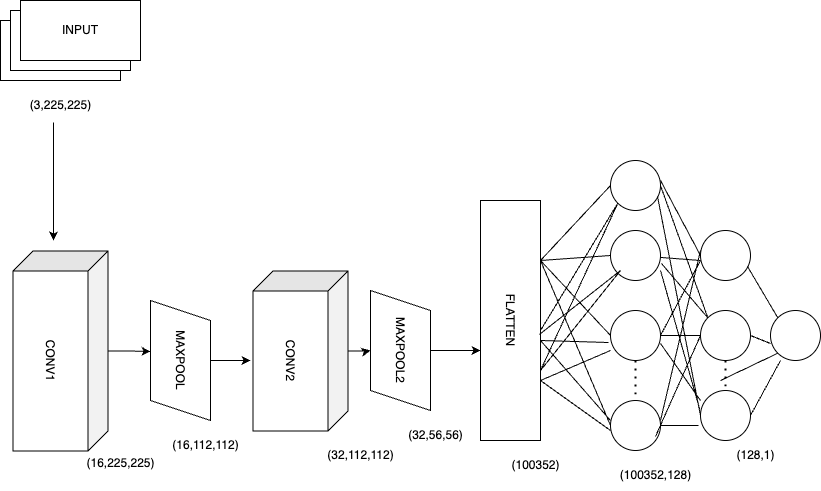
Earlier version of the draw.io export NN_ARCHITECTURE.png (shoukath-ali/satellite_image_classification). Source tidied: cells renumbered, new cells last; positions are measured from the earlier drawing's top-left corner, leaving out a move shared by most shapes. The source it was exported from:
```xml
<mxGraphModel>
  <root>
    <mxCell id="0" />
    <mxCell id="1" parent="0" />
    <mxCell id="2" style="edgeStyle=orthogonalEdgeStyle;rounded=0;jettySize=auto;html=1;" parent="1" edge="1" source="3">
      <mxGeometry relative="1" as="geometry">
        <mxPoint x="290" y="360" as="targetPoint" />
      </mxGeometry>
    </mxCell>
    <mxCell id="3" value="MAXPOOL" style="shape=parallelogram;perimeter=parallelogramPerimeter;whiteSpace=wrap;html=1;fixedSize=1;rotation=90;" parent="1" vertex="1">
      <mxGeometry x="160" y="330" width="120" height="60" as="geometry" />
    </mxCell>
    <mxCell id="4" value="MAXPOOL2" style="shape=parallelogram;perimeter=parallelogramPerimeter;whiteSpace=wrap;html=1;fixedSize=1;rotation=90;" parent="1" vertex="1">
      <mxGeometry x="380" y="320" width="120" height="60" as="geometry" />
    </mxCell>
    <mxCell id="5" style="ellipse;whiteSpace=wrap;html=1;" parent="1" vertex="1">
      <mxGeometry x="650" y="230" width="50" height="50" as="geometry" />
    </mxCell>
    <mxCell id="6" style="ellipse;whiteSpace=wrap;html=1;" parent="1" vertex="1">
      <mxGeometry x="650" y="310" width="50" height="50" as="geometry" />
    </mxCell>
    <mxCell id="7" style="ellipse;whiteSpace=wrap;html=1;" parent="1" vertex="1">
      <mxGeometry x="650" y="400" width="50" height="50" as="geometry" />
    </mxCell>
    <mxCell id="8" style="endArrow=none;dashed=1;html=1;dashPattern=1 3;strokeWidth=2;rounded=0;entryX=0.5;entryY=0;entryDx=0;entryDy=0;" parent="1" edge="1" source="6" target="7">
      <mxGeometry relative="1" as="geometry" />
    </mxCell>
    <mxCell id="9" value="CONV1" style="shape=cube;whiteSpace=wrap;html=1;boundedLbl=1;backgroundOutline=1;darkOpacity=0.05;darkOpacity2=0.1;rotation=90;" parent="1" vertex="1">
      <mxGeometry y="303" width="200" height="95" as="geometry" />
    </mxCell>
    <mxCell id="10" style="edgeStyle=orthogonalEdgeStyle;rounded=0;jettySize=auto;html=1;entryX=0.5;entryY=1;entryDx=0;entryDy=0;" parent="1" edge="1" source="11" target="4">
      <mxGeometry relative="1" as="geometry" />
    </mxCell>
    <mxCell id="11" value="CONV2" style="shape=cube;whiteSpace=wrap;html=1;boundedLbl=1;backgroundOutline=1;darkOpacity=0.05;darkOpacity2=0.1;rotation=90;" parent="1" vertex="1">
      <mxGeometry x="260" y="303" width="160" height="95" as="geometry" />
    </mxCell>
    <mxCell id="12" value="FLATTEN" style="rounded=0;whiteSpace=wrap;html=1;rotation=90;" parent="1" vertex="1">
      <mxGeometry x="430" y="290" width="240" height="60" as="geometry" />
    </mxCell>
    <mxCell id="13" style="ellipse;whiteSpace=wrap;html=1;" parent="1" vertex="1">
      <mxGeometry x="650" y="160" width="50" height="50" as="geometry" />
    </mxCell>
    <mxCell id="14" style="ellipse;whiteSpace=wrap;html=1;" parent="1" vertex="1">
      <mxGeometry x="740" y="230" width="50" height="50" as="geometry" />
    </mxCell>
    <mxCell id="15" style="ellipse;whiteSpace=wrap;html=1;" parent="1" vertex="1">
      <mxGeometry x="740" y="310" width="50" height="50" as="geometry" />
    </mxCell>
    <mxCell id="16" style="ellipse;whiteSpace=wrap;html=1;" parent="1" vertex="1">
      <mxGeometry x="740" y="390" width="50" height="50" as="geometry" />
    </mxCell>
    <mxCell id="17" style="ellipse;whiteSpace=wrap;html=1;" parent="1" vertex="1">
      <mxGeometry x="810" y="310" width="50" height="50" as="geometry" />
    </mxCell>
    <mxCell id="18" style="endArrow=none;html=1;rounded=0;exitX=0.25;exitY=0;exitDx=0;exitDy=0;entryX=0;entryY=0.5;entryDx=0;entryDy=0;" parent="1" edge="1" source="12" target="13">
      <mxGeometry relative="1" as="geometry" />
    </mxCell>
    <mxCell id="19" style="endArrow=none;html=1;rounded=0;entryX=0;entryY=0.5;entryDx=0;entryDy=0;" parent="1" edge="1" target="5">
      <mxGeometry relative="1" as="geometry">
        <mxPoint x="580" y="260" as="sourcePoint" />
      </mxGeometry>
    </mxCell>
    <mxCell id="20" style="endArrow=none;html=1;rounded=0;exitX=0.25;exitY=0;exitDx=0;exitDy=0;entryX=0;entryY=0.5;entryDx=0;entryDy=0;" parent="1" edge="1" source="12" target="6">
      <mxGeometry relative="1" as="geometry" />
    </mxCell>
    <mxCell id="21" style="endArrow=none;html=1;rounded=0;entryX=0;entryY=0.5;entryDx=0;entryDy=0;" parent="1" edge="1" target="7">
      <mxGeometry relative="1" as="geometry">
        <mxPoint x="580" y="260" as="sourcePoint" />
      </mxGeometry>
    </mxCell>
    <mxCell id="22" style="endArrow=none;html=1;rounded=0;entryX=0;entryY=1;entryDx=0;entryDy=0;" parent="1" edge="1" target="13">
      <mxGeometry relative="1" as="geometry">
        <mxPoint x="580" y="330" as="sourcePoint" />
      </mxGeometry>
    </mxCell>
    <mxCell id="23" style="endArrow=none;html=1;rounded=0;exitX=0.558;exitY=0.017;exitDx=0;exitDy=0;exitPerimeter=0;" parent="1" edge="1" source="12">
      <mxGeometry relative="1" as="geometry">
        <mxPoint x="660" y="270" as="targetPoint" />
      </mxGeometry>
    </mxCell>
    <mxCell id="24" style="endArrow=none;html=1;rounded=0;entryX=-0.04;entryY=0.64;entryDx=0;entryDy=0;entryPerimeter=0;" parent="1" edge="1" target="6">
      <mxGeometry relative="1" as="geometry">
        <mxPoint x="580" y="340" as="sourcePoint" />
      </mxGeometry>
    </mxCell>
    <mxCell id="25" style="endArrow=none;html=1;rounded=0;" parent="1" edge="1">
      <mxGeometry relative="1" as="geometry">
        <mxPoint x="580" y="340" as="sourcePoint" />
        <mxPoint x="650" y="420" as="targetPoint" />
      </mxGeometry>
    </mxCell>
    <mxCell id="26" style="endArrow=none;html=1;rounded=0;entryX=0;entryY=1;entryDx=0;entryDy=0;" parent="1" edge="1" target="13">
      <mxGeometry relative="1" as="geometry">
        <mxPoint x="580" y="370" as="sourcePoint" />
      </mxGeometry>
    </mxCell>
    <mxCell id="27" style="endArrow=none;html=1;rounded=0;" parent="1" edge="1">
      <mxGeometry relative="1" as="geometry">
        <mxPoint x="580" y="370" as="sourcePoint" />
        <mxPoint x="660" y="270" as="targetPoint" />
      </mxGeometry>
    </mxCell>
    <mxCell id="28" style="endArrow=none;html=1;rounded=0;" parent="1" edge="1">
      <mxGeometry relative="1" as="geometry">
        <mxPoint x="580" y="380" as="sourcePoint" />
        <mxPoint x="650" y="350" as="targetPoint" />
      </mxGeometry>
    </mxCell>
    <mxCell id="29" style="endArrow=none;html=1;rounded=0;" parent="1" edge="1">
      <mxGeometry relative="1" as="geometry">
        <mxPoint x="580" y="380" as="sourcePoint" />
        <mxPoint x="650" y="430" as="targetPoint" />
      </mxGeometry>
    </mxCell>
    <mxCell id="30" style="endArrow=none;dashed=1;html=1;dashPattern=1 3;strokeWidth=2;rounded=0;exitX=0.5;exitY=1;exitDx=0;exitDy=0;" parent="1" edge="1" source="15" target="16">
      <mxGeometry relative="1" as="geometry" />
    </mxCell>
    <mxCell id="31" style="endArrow=none;html=1;rounded=0;entryX=0;entryY=0.5;entryDx=0;entryDy=0;" parent="1" edge="1" target="14">
      <mxGeometry relative="1" as="geometry">
        <mxPoint x="700" y="180" as="sourcePoint" />
      </mxGeometry>
    </mxCell>
    <mxCell id="32" style="endArrow=none;html=1;rounded=0;entryX=0;entryY=0;entryDx=0;entryDy=0;exitX=1;exitY=0.5;exitDx=0;exitDy=0;" parent="1" edge="1" source="13" target="15">
      <mxGeometry relative="1" as="geometry" />
    </mxCell>
    <mxCell id="33" style="endArrow=none;html=1;rounded=0;entryX=0;entryY=0.5;entryDx=0;entryDy=0;exitX=0.94;exitY=0.72;exitDx=0;exitDy=0;exitPerimeter=0;" parent="1" edge="1" source="13" target="16">
      <mxGeometry relative="1" as="geometry" />
    </mxCell>
    <mxCell id="34" style="endArrow=none;html=1;rounded=0;exitX=1.02;exitY=0.66;exitDx=0;exitDy=0;entryX=0;entryY=0;entryDx=0;entryDy=0;exitPerimeter=0;" parent="1" edge="1" source="5" target="15">
      <mxGeometry relative="1" as="geometry" />
    </mxCell>
    <mxCell id="35" style="endArrow=none;html=1;rounded=0;exitX=1;exitY=0.66;exitDx=0;exitDy=0;exitPerimeter=0;" parent="1" edge="1" source="6">
      <mxGeometry relative="1" as="geometry">
        <mxPoint x="740" y="400" as="targetPoint" />
      </mxGeometry>
    </mxCell>
    <mxCell id="36" style="endArrow=none;html=1;rounded=0;entryX=-0.04;entryY=0.7;entryDx=0;entryDy=0;exitX=1;exitY=0.5;exitDx=0;exitDy=0;entryPerimeter=0;" parent="1" edge="1" source="7" target="16">
      <mxGeometry relative="1" as="geometry" />
    </mxCell>
    <mxCell id="37" style="endArrow=none;html=1;rounded=0;entryX=0;entryY=0.5;entryDx=0;entryDy=0;exitX=0.9;exitY=0.72;exitDx=0;exitDy=0;exitPerimeter=0;" parent="1" edge="1" source="7" target="15">
      <mxGeometry relative="1" as="geometry" />
    </mxCell>
    <mxCell id="38" style="endArrow=none;html=1;rounded=0;entryX=0;entryY=0.5;entryDx=0;entryDy=0;exitX=1;exitY=0.5;exitDx=0;exitDy=0;" parent="1" edge="1" source="6" target="15">
      <mxGeometry relative="1" as="geometry" />
    </mxCell>
    <mxCell id="39" style="endArrow=none;html=1;rounded=0;" parent="1" edge="1">
      <mxGeometry relative="1" as="geometry">
        <mxPoint x="700" y="420" as="sourcePoint" />
        <mxPoint x="740" y="250" as="targetPoint" />
      </mxGeometry>
    </mxCell>
    <mxCell id="40" style="endArrow=none;html=1;rounded=0;exitX=1;exitY=0.5;exitDx=0;exitDy=0;" parent="1" edge="1" source="6">
      <mxGeometry relative="1" as="geometry">
        <mxPoint x="740" y="260" as="targetPoint" />
      </mxGeometry>
    </mxCell>
    <mxCell id="41" style="endArrow=none;html=1;rounded=0;entryX=-0.02;entryY=0.36;entryDx=0;entryDy=0;entryPerimeter=0;" parent="1" edge="1" target="16">
      <mxGeometry relative="1" as="geometry">
        <mxPoint x="700" y="270" as="sourcePoint" />
      </mxGeometry>
    </mxCell>
    <mxCell id="42" style="endArrow=none;html=1;rounded=0;" parent="1" edge="1" source="5">
      <mxGeometry relative="1" as="geometry">
        <mxPoint x="740" y="260" as="targetPoint" />
      </mxGeometry>
    </mxCell>
    <mxCell id="43" style="endArrow=none;html=1;rounded=0;entryX=0.2;entryY=1;entryDx=0;entryDy=0;exitX=1;exitY=0.5;exitDx=0;exitDy=0;entryPerimeter=0;" parent="1" edge="1" source="16" target="17">
      <mxGeometry relative="1" as="geometry" />
    </mxCell>
    <mxCell id="44" style="endArrow=none;html=1;rounded=0;entryX=0;entryY=0.66;entryDx=0;entryDy=0;exitX=1;exitY=0.5;exitDx=0;exitDy=0;entryPerimeter=0;" parent="1" edge="1" source="15" target="17">
      <mxGeometry relative="1" as="geometry" />
    </mxCell>
    <mxCell id="45" style="endArrow=none;html=1;rounded=0;entryX=0;entryY=0;entryDx=0;entryDy=0;exitX=0.94;exitY=0.72;exitDx=0;exitDy=0;exitPerimeter=0;" parent="1" edge="1" source="14" target="17">
      <mxGeometry relative="1" as="geometry" />
    </mxCell>
    <mxCell id="46" style="endArrow=none;html=1;rounded=0;entryX=0;entryY=1;entryDx=0;entryDy=0;" parent="1" edge="1" target="17">
      <mxGeometry relative="1" as="geometry">
        <mxPoint x="760" y="380" as="sourcePoint" />
      </mxGeometry>
    </mxCell>
    <mxCell id="47" value="(16,225,225)&lt;span style=&quot;color: rgba(0, 0, 0, 0); font-family: monospace; font-size: 0px; text-align: start;&quot;&gt;%3CmxGraphModel%3E%3Croot%3E%3CmxCell%20id%3D%220%22%2F%3E%3CmxCell%20id%3D%221%22%20parent%3D%220%22%2F%3E%3CmxCell%20id%3D%222%22%20value%3D%22%22%20style%3D%22endArrow%3Dnone%3Bhtml%3D1%3Brounded%3D0%3BentryX%3D0%3BentryY%3D0.66%3BentryDx%3D0%3BentryDy%3D0%3BexitX%3D1%3BexitY%3D0.5%3BexitDx%3D0%3BexitDy%3D0%3BentryPerimeter%3D0%3B%22%20edge%3D%221%22%20parent%3D%221%22%3E%3CmxGeometry%20width%3D%2250%22%20height%3D%2250%22%20relative%3D%221%22%20as%3D%22geometry%22%3E%3CmxPoint%20x%3D%22770%22%20y%3D%22535%22%20as%3D%22sourcePoint%22%2F%3E%3CmxPoint%20x%3D%22790%22%20y%3D%22543%22%20as%3D%22targetPoint%22%2F%3E%3C%2FmxGeometry%3E%3C%2FmxCell%3E%3C%2Froot%3E%3C%2FmxGraphModel%3E&lt;/span&gt;" style="text;html=1;align=center;verticalAlign=middle;strokeColor=none;fillColor=none;" parent="1" vertex="1">
      <mxGeometry x="115" y="448" width="90" height="30" as="geometry" />
    </mxCell>
    <mxCell id="48" value="(16,112,112)&lt;span style=&quot;color: rgba(0, 0, 0, 0); font-family: monospace; font-size: 0px; text-align: start;&quot;&gt;%3CmxGraphModel%3E%3Croot%3E%3CmxCell%20id%3D%220%22%2F%3E%3CmxCell%20id%3D%221%22%20parent%3D%220%22%2F%3E%3CmxCell%20id%3D%222%22%20value%3D%22%22%20style%3D%22endArrow%3Dnone%3Bhtml%3D1%3Brounded%3D0%3BentryX%3D0%3BentryY%3D0.66%3BentryDx%3D0%3BentryDy%3D0%3BexitX%3D1%3BexitY%3D0.5%3BexitDx%3D0%3BexitDy%3D0%3BentryPerimeter%3D0%3B%22%20edge%3D%221%22%20parent%3D%221%22%3E%3CmxGeometry%20width%3D%2250%22%20height%3D%2250%22%20relative%3D%221%22%20as%3D%22geometry%22%3E%3CmxPoint%20x%3D%22770%22%20y%3D%22535%22%20as%3D%22sourcePoint%22%2F%3E%3CmxPoint%20x%3D%22790%22%20y%3D%22543%22%20as%3D%22targetPoint%22%2F%3E%3C%2FmxGeometry%3E%3C%2FmxCell%3E%3C%2Froot%3E%3C%2FmxGraphModel%3E&lt;/span&gt;" style="text;html=1;align=center;verticalAlign=middle;strokeColor=none;fillColor=none;" parent="1" vertex="1">
      <mxGeometry x="200" y="430" width="90" height="30" as="geometry" />
    </mxCell>
    <mxCell id="49" value="(32,112,112)" style="text;html=1;align=center;verticalAlign=middle;strokeColor=none;fillColor=none;" parent="1" vertex="1">
      <mxGeometry x="355" y="440" width="90" height="30" as="geometry" />
    </mxCell>
    <mxCell id="50" value="(32,56,56)" style="text;html=1;align=center;verticalAlign=middle;strokeColor=none;fillColor=none;" parent="1" vertex="1">
      <mxGeometry x="435" y="420" width="80" height="30" as="geometry" />
    </mxCell>
    <mxCell id="51" value="(100352)&lt;span style=&quot;color: rgba(0, 0, 0, 0); font-family: monospace; font-size: 0px; text-align: start;&quot;&gt;%3CmxGraphModel%3E%3Croot%3E%3CmxCell%20id%3D%220%22%2F%3E%3CmxCell%20id%3D%221%22%20parent%3D%220%22%2F%3E%3CmxCell%20id%3D%222%22%20value%3D%22(16%2C225%2C225)%26lt%3Bspan%20style%3D%26quot%3Bcolor%3A%20rgba(0%2C%200%2C%200%2C%200)%3B%20font-family%3A%20monospace%3B%20font-size%3A%200px%3B%20text-align%3A%20start%3B%26quot%3B%26gt%3B%253CmxGraphModel%253E%253Croot%253E%253CmxCell%2520id%253D%25220%2522%252F%253E%253CmxCell%2520id%253D%25221%2522%2520parent%253D%25220%2522%252F%253E%253CmxCell%2520id%253D%25222%2522%2520value%253D%2522%2522%2520style%253D%2522endArrow%253Dnone%253Bhtml%253D1%253Brounded%253D0%253BentryX%253D0%253BentryY%253D0.66%253BentryDx%253D0%253BentryDy%253D0%253BexitX%253D1%253BexitY%253D0.5%253BexitDx%253D0%253BexitDy%253D0%253BentryPerimeter%253D0%253B%2522%2520edge%253D%25221%2522%2520parent%253D%25221%2522%253E%253CmxGeometry%2520width%253D%252250%2522%2520height%253D%252250%2522%2520relative%253D%25221%2522%2520as%253D%2522geometry%2522%253E%253CmxPoint%2520x%253D%2522770%2522%2520y%253D%2522535%2522%2520as%253D%2522sourcePoint%2522%252F%253E%253CmxPoint%2520x%253D%2522790%2522%2520y%253D%2522543%2522%2520as%253D%2522targetPoint%2522%252F%253E%253C%252FmxGeometry%253E%253C%252FmxCell%253E%253C%252Froot%253E%253C%252FmxGraphModel%253E%26lt%3B%2Fspan%26gt%3B%22%20style%3D%22text%3Bhtml%3D1%3Balign%3Dcenter%3BverticalAlign%3Dmiddle%3Bresizable%3D0%3Bpoints%3D%5B%5D%3Bautosize%3D1%3BstrokeColor%3Dnone%3BfillColor%3Dnone%3B%22%20vertex%3D%221%22%20parent%3D%221%22%3E%3CmxGeometry%20x%3D%2295%22%20y%3D%22648%22%20width%3D%2290%22%20height%3D%2230%22%20as%3D%22geometry%22%2F%3E%3C%2FmxCell%3E%3C%2Froot%3E%3C%2FmxGraphModel%3E&lt;/span&gt;" style="text;html=1;align=center;verticalAlign=middle;strokeColor=none;fillColor=none;" parent="1" vertex="1">
      <mxGeometry x="540" y="450" width="70" height="30" as="geometry" />
    </mxCell>
    <mxCell id="52" value="(100352,128)&lt;span style=&quot;color: rgba(0, 0, 0, 0); font-family: monospace; font-size: 0px; text-align: start;&quot;&gt;%3CmxGraphModel%3E%3Croot%3E%3CmxCell%20id%3D%220%22%2F%3E%3CmxCell%20id%3D%221%22%20parent%3D%220%22%2F%3E%3CmxCell%20id%3D%222%22%20value%3D%22(16%2C225%2C225)%26lt%3Bspan%20style%3D%26quot%3Bcolor%3A%20rgba(0%2C%200%2C%200%2C%200)%3B%20font-family%3A%20monospace%3B%20font-size%3A%200px%3B%20text-align%3A%20start%3B%26quot%3B%26gt%3B%253CmxGraphModel%253E%253Croot%253E%253CmxCell%2520id%253D%25220%2522%252F%253E%253CmxCell%2520id%253D%25221%2522%2520parent%253D%25220%2522%252F%253E%253CmxCell%2520id%253D%25222%2522%2520value%253D%2522%2522%2520style%253D%2522endArrow%253Dnone%253Bhtml%253D1%253Brounded%253D0%253BentryX%253D0%253BentryY%253D0.66%253BentryDx%253D0%253BentryDy%253D0%253BexitX%253D1%253BexitY%253D0.5%253BexitDx%253D0%253BexitDy%253D0%253BentryPerimeter%253D0%253B%2522%2520edge%253D%25221%2522%2520parent%253D%25221%2522%253E%253CmxGeometry%2520width%253D%252250%2522%2520height%253D%252250%2522%2520relative%253D%25221%2522%2520as%253D%2522geometry%2522%253E%253CmxPoint%2520x%253D%2522770%2522%2520y%253D%2522535%2522%2520as%253D%2522sourcePoint%2522%252F%253E%253CmxPoint%2520x%253D%2522790%2522%2520y%253D%2522543%2522%2520as%253D%2522targetPoint%2522%252F%253E%253C%252FmxGeometry%253E%253C%252FmxCell%253E%253C%252Froot%253E%253C%252FmxGraphModel%253E%26lt%3B%2Fspan%26gt%3B%22%20style%3D%22text%3Bhtml%3D1%3Balign%3Dcenter%3BverticalAlign%3Dmiddle%3Bresizable%3D0%3Bpoints%3D%5B%5D%3Bautosize%3D1%3BstrokeColor%3Dnone%3BfillColor%3Dnone%3B%22%20vertex%3D%221%22%20parent%3D%221%22%3E%3CmxGeometry%20x%3D%2295%22%20y%3D%22648%22%20width%3D%2290%22%20height%3D%2230%22%20as%3D%22geometry%22%2F%3E%3C%2FmxCell%3E%3C%2Froot%3E%3C%2FmxGraphModel%3, E&lt;/span&gt;" style="text;html=1;align=center;verticalAlign=middle;strokeColor=none;fillColor=none;" parent="1" vertex="1">
      <mxGeometry x="650" y="460" width="90" height="30" as="geometry" />
    </mxCell>
    <mxCell id="53" value="(128,1)" style="text;html=1;align=center;verticalAlign=middle;strokeColor=none;fillColor=none;" parent="1" vertex="1">
      <mxGeometry x="765" y="440" width="60" height="30" as="geometry" />
    </mxCell>
    <mxCell id="54" style="edgeStyle=orthogonalEdgeStyle;rounded=0;jettySize=auto;html=1;entryX=0.425;entryY=1;entryDx=0;entryDy=0;entryPerimeter=0;" parent="1" edge="1" source="9" target="3">
      <mxGeometry relative="1" as="geometry" />
    </mxCell>
    <mxCell id="55" style="edgeStyle=orthogonalEdgeStyle;rounded=0;jettySize=auto;html=1;entryX=0.625;entryY=1;entryDx=0;entryDy=0;entryPerimeter=0;" parent="1" edge="1" source="4" target="12">
      <mxGeometry relative="1" as="geometry" />
    </mxCell>
    <mxCell id="56" value="(3,225,225)" style="text;html=1;align=center;verticalAlign=middle;points=[];strokeColor=none;fillColor=none;" parent="1" vertex="1">
      <mxGeometry x="60" y="90" width="80" height="30" as="geometry" />
    </mxCell>
    <mxCell id="57" style="rounded=0;whiteSpace=wrap;html=1;" parent="1" vertex="1">
      <mxGeometry x="40" y="20" width="120" height="60" as="geometry" />
    </mxCell>
    <mxCell id="58" style="rounded=0;whiteSpace=wrap;html=1;" parent="1" vertex="1">
      <mxGeometry x="50" y="10" width="120" height="60" as="geometry" />
    </mxCell>
    <mxCell id="59" value="INPUT" style="rounded=0;whiteSpace=wrap;html=1;" parent="1" vertex="1">
      <mxGeometry x="60" width="120" height="60" as="geometry" />
    </mxCell>
    <mxCell id="60" style="endArrow=classic;html=1;rounded=0;exitX=0.413;exitY=1.067;exitDx=0;exitDy=0;exitPerimeter=0;" parent="1" edge="1" source="56">
      <mxGeometry relative="1" as="geometry">
        <mxPoint x="93" y="240" as="targetPoint" />
      </mxGeometry>
    </mxCell>
  </root>
</mxGraphModel>
```
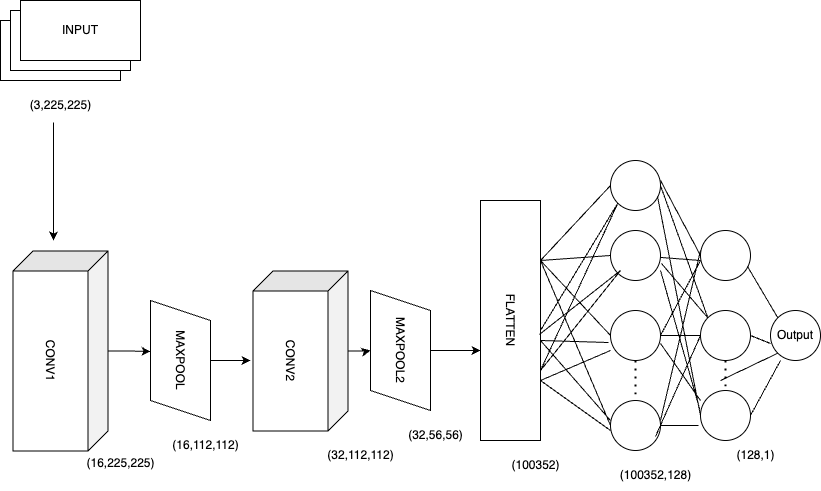
After the commit.

Diff of the diagram source:
```diff
@@ -49,7 +49,7 @@
     <mxCell id="16" style="ellipse;whiteSpace=wrap;html=1;" parent="1" vertex="1">
       <mxGeometry x="740" y="390" width="50" height="50" as="geometry" />
     </mxCell>
-    <mxCell id="17" style="ellipse;whiteSpace=wrap;html=1;" parent="1" vertex="1">
+    <mxCell id="17" value="Output" style="ellipse;whiteSpace=wrap;html=1;" parent="1" vertex="1">
       <mxGeometry x="810" y="310" width="50" height="50" as="geometry" />
     </mxCell>
     <mxCell id="18" style="endArrow=none;html=1;rounded=0;exitX=0.25;exitY=0;exitDx=0;exitDy=0;entryX=0;entryY=0.5;entryDx=0;entryDy=0;" parent="1" edge="1" source="12" target="13">
```
